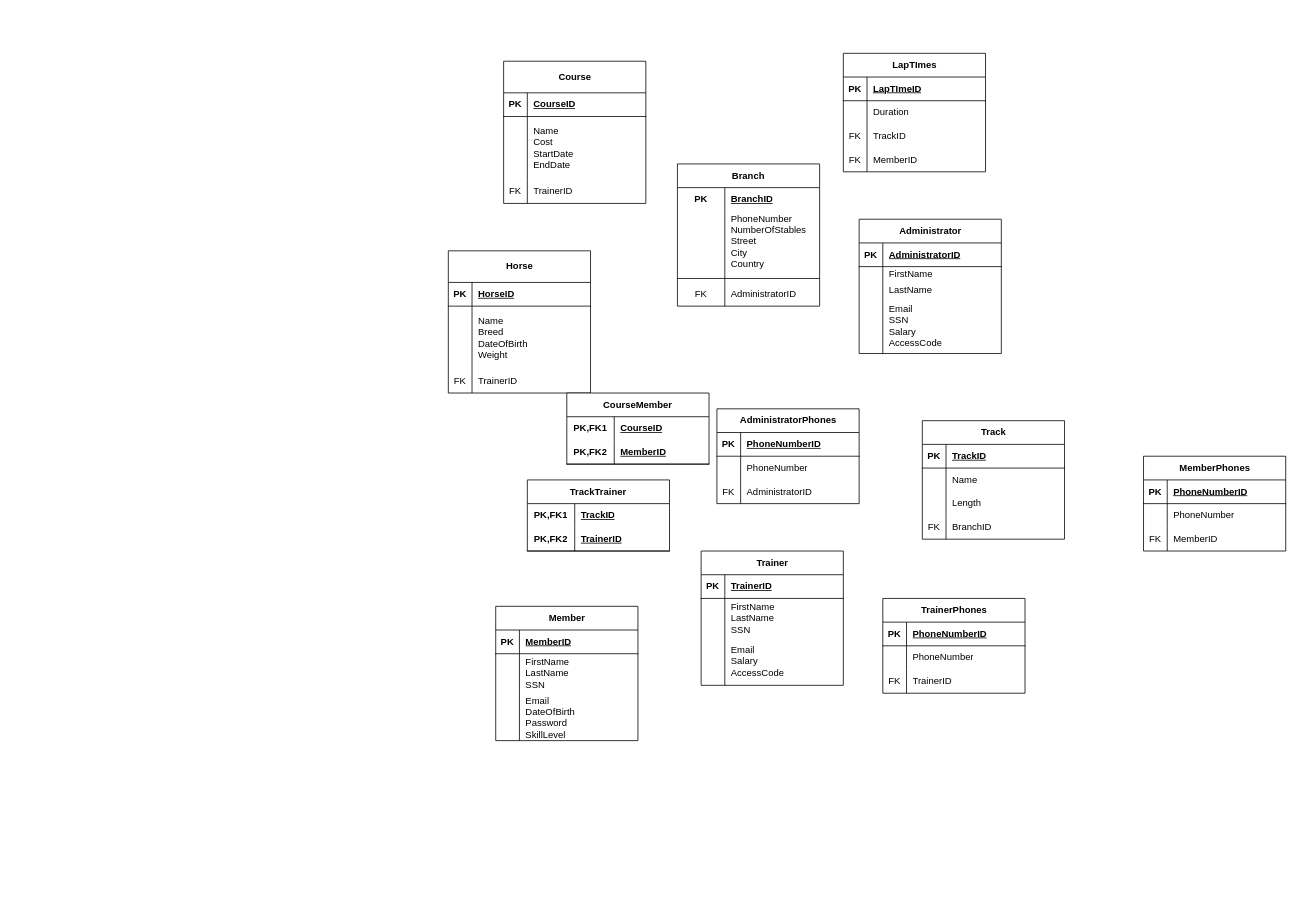
The draw.io diagram page "Page-1" (1 of 2) of Untitled Diagram.drawio in obreinx/JAYA, before the edit. Source tidied: cells renumbered, new cells numbered last; positions are measured from the earlier drawing's top-left corner, leaving out a move shared by most shapes. Both pictures are drawn from the tidied source at 79%, with x=0, y=0 at pixel (448, 53).
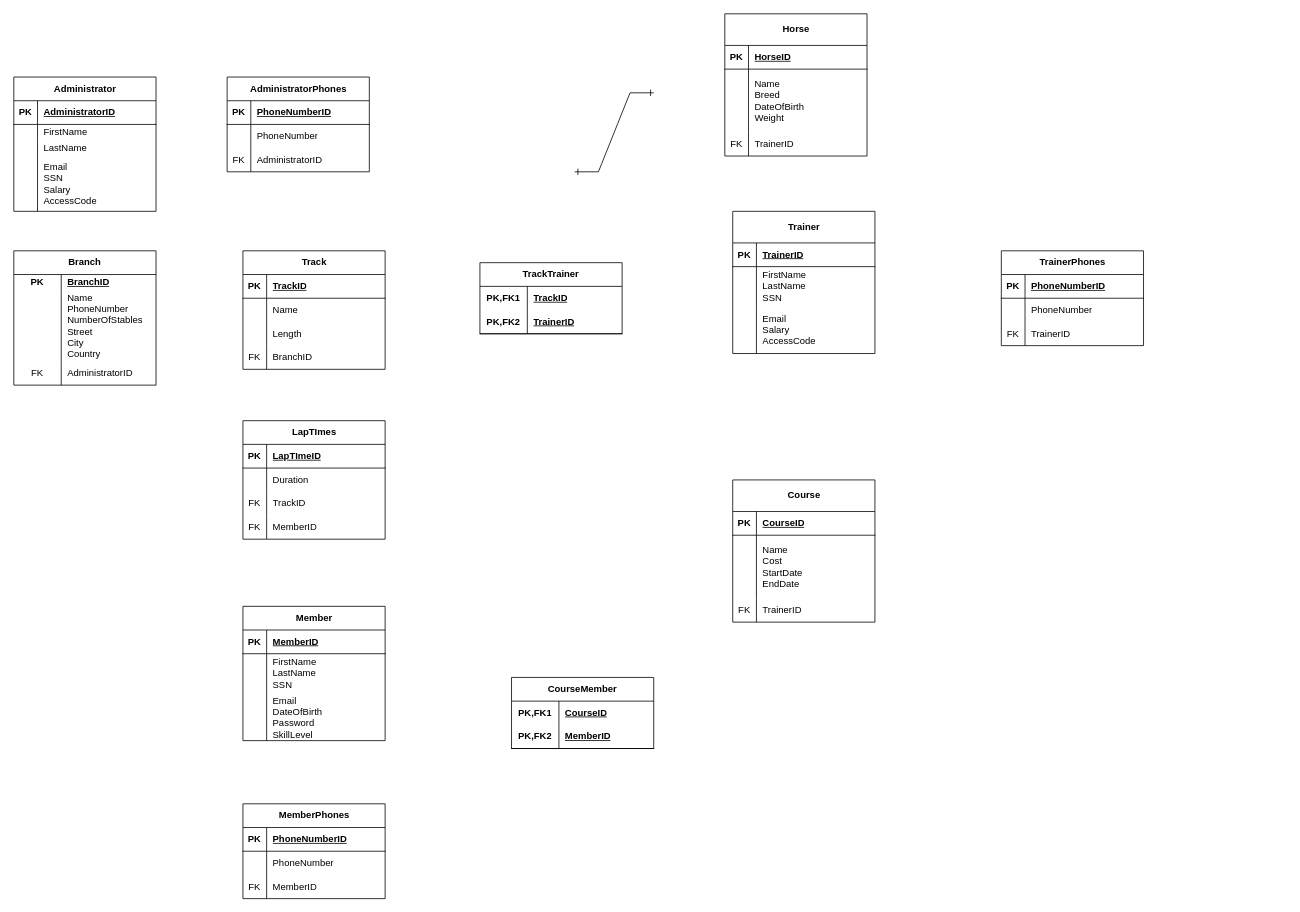
The same diagram, later.

What changed in the source:
```diff
@@
     <mxCell id="2" value="&lt;font face=&quot;Helvetica&quot;&gt;Branch&lt;/font&gt;" style="shape=table;startSize=30;childLayout=tableLayout;rowLines=0;fontStyle=1;align=center;html=1;whiteSpace=wrap;" parent="1" vertex="1">
-      <mxGeometry x="290" y="140" width="180" height="180" as="geometry" />
+      <mxGeometry x="-550" y="250" width="180" height="170" as="geometry" />
     </mxCell>
     <mxCell id="3" style="shape=tableRow;horizontal=0;startSize=0;swimlaneHead=0;swimlaneBody=0;fillColor=none;top=0;left=0;right=0;bottom=0;html=1;" parent="2" vertex="1">
-      <mxGeometry y="30" width="180" height="30" as="geometry" />
+      <mxGeometry y="30" width="180" height="20" as="geometry" />
     </mxCell>
     <mxCell id="4" value="PK" style="shape=partialRectangle;fillColor=none;top=0;left=0;bottom=0;right=0;fontStyle=1;overflow=hidden;html=1;whiteSpace=wrap;" parent="3" vertex="1">
-      <mxGeometry width="60" height="30" as="geometry" />
+      <mxGeometry width="60" height="20" as="geometry" />
     </mxCell>
     <mxCell id="5" value="&lt;code&gt;&lt;font face=&quot;Helvetica&quot;&gt;BranchID&lt;br&gt;&lt;/font&gt;&lt;/code&gt;" style="shape=partialRectangle;fillColor=none;top=0;left=0;bottom=0;right=0;align=left;spacingLeft=6;fontStyle=5;overflow=hidden;html=1;whiteSpace=wrap;" parent="3" vertex="1">
-      <mxGeometry x="60" width="120" height="30" as="geometry" />
+      <mxGeometry x="60" width="120" height="20" as="geometry" />
     </mxCell>
     <mxCell id="6" style="shape=tableRow;horizontal=0;startSize=0;swimlaneHead=0;swimlaneBody=0;fillColor=none;top=0;left=0;right=0;bottom=0;html=1;" parent="2" vertex="1">
-      <mxGeometry y="60" width="180" height="90" as="geometry" />
+      <mxGeometry y="50" width="180" height="90" as="geometry" />
     </mxCell>
@@
-    <mxCell id="8" value="&lt;div&gt;&lt;font face=&quot;Helvetica&quot;&gt;PhoneNumber&lt;/font&gt;&lt;/div&gt;&lt;div&gt;&lt;font face=&quot;6crzi80NNjnnT6Y-nknp&quot;&gt;NumberOfStables&lt;/font&gt;&lt;/div&gt;&lt;div&gt;&lt;font face=&quot;6crzi80NNjnnT6Y-nknp&quot;&gt;Street&lt;/font&gt;&lt;/div&gt;&lt;div&gt;&lt;font face=&quot;6crzi80NNjnnT6Y-nknp&quot;&gt;City&lt;/font&gt;&lt;/div&gt;&lt;div&gt;&lt;font face=&quot;6crzi80NNjnnT6Y-nknp&quot;&gt;Country&lt;/font&gt;&lt;/div&gt;&lt;div&gt;&lt;font face=&quot;6crzi80NNjnnT6Y-nknp&quot;&gt;&lt;br&gt;&lt;/font&gt;&lt;/div&gt;" style="shape=partialRectangle;fillColor=none;top=0;left=0;bottom=0;right=0;align=left;spacingLeft=6;overflow=hidden;html=1;whiteSpace=wrap;" parent="6" vertex="1">
+    <mxCell id="8" value="&lt;div&gt;&lt;font face=&quot;Helvetica&quot;&gt;Name&lt;/font&gt;&lt;/div&gt;&lt;div&gt;&lt;font face=&quot;Helvetica&quot;&gt;PhoneNumber&lt;/font&gt;&lt;/div&gt;&lt;div&gt;&lt;font face=&quot;6crzi80NNjnnT6Y-nknp&quot;&gt;NumberOfStables&lt;/font&gt;&lt;/div&gt;&lt;div&gt;&lt;font face=&quot;6crzi80NNjnnT6Y-nknp&quot;&gt;Street&lt;/font&gt;&lt;/div&gt;&lt;div&gt;&lt;font face=&quot;6crzi80NNjnnT6Y-nknp&quot;&gt;City&lt;/font&gt;&lt;/div&gt;&lt;div&gt;&lt;font face=&quot;6crzi80NNjnnT6Y-nknp&quot;&gt;Country&lt;/font&gt;&lt;/div&gt;&lt;div&gt;&lt;font face=&quot;6crzi80NNjnnT6Y-nknp&quot;&gt;&lt;br&gt;&lt;/font&gt;&lt;/div&gt;" style="shape=partialRectangle;fillColor=none;top=0;left=0;bottom=0;right=0;align=left;spacingLeft=6;overflow=hidden;html=1;whiteSpace=wrap;" parent="6" vertex="1">
       <mxGeometry x="60" width="120" height="90" as="geometry" />
     </mxCell>
     <mxCell id="9" style="shape=tableRow;horizontal=0;startSize=0;swimlaneHead=0;swimlaneBody=0;fillColor=none;top=0;left=0;right=0;bottom=0;html=1;" parent="2" vertex="1">
-      <mxGeometry y="150" width="180" height="30" as="geometry" />
+      <mxGeometry y="140" width="180" height="30" as="geometry" />
     </mxCell>
@@
     <mxCell id="12" value="Administrator" style="shape=table;startSize=30;childLayout=tableLayout;rowLines=0;fontStyle=1;align=center;html=1;" parent="1" vertex="1">
-      <mxGeometry x="520" y="210" width="180" height="170" as="geometry" />
+      <mxGeometry x="-550" y="30" width="180" height="170" as="geometry" />
     </mxCell>
@@
     <mxCell id="25" value="AdministratorPhones" style="shape=table;startSize=30;childLayout=tableLayout;rowLines=0;fontStyle=1;align=center;html=1;" parent="1" vertex="1">
-      <mxGeometry x="340" y="450" width="180" height="120" as="geometry" />
+      <mxGeometry x="-280" y="30" width="180" height="120" as="geometry" />
     </mxCell>
@@
     <mxCell id="35" value="Track" style="shape=table;startSize=30;childLayout=tableLayout;rowLines=0;fontStyle=1;align=center;html=1;" parent="1" vertex="1">
-      <mxGeometry x="600" y="465" width="180" height="150" as="geometry" />
+      <mxGeometry x="-260" y="250" width="180" height="150" as="geometry" />
     </mxCell>
@@
-    <mxCell id="48" value="Trainer" style="shape=table;startSize=30;childLayout=tableLayout;rowLines=0;fontStyle=1;align=center;html=1;" parent="1" vertex="1">
-      <mxGeometry x="320" y="630" width="180" height="170" as="geometry" />
+    <mxCell id="48" value="Trainer" style="shape=table;startSize=40;childLayout=tableLayout;rowLines=0;fontStyle=1;align=center;html=1;" parent="1" vertex="1">
+      <mxGeometry x="360" y="200" width="180" height="180" as="geometry" />
     </mxCell>
     <mxCell id="49" style="shape=tableRow;horizontal=0;startSize=0;swimlaneHead=0;swimlaneBody=0;fillColor=none;top=0;left=0;right=0;bottom=1;" parent="48" vertex="1">
-      <mxGeometry y="30" width="180" height="30" as="geometry" />
+      <mxGeometry y="40" width="180" height="30" as="geometry" />
     </mxCell>
@@
     <mxCell id="52" style="shape=tableRow;horizontal=0;startSize=0;swimlaneHead=0;swimlaneBody=0;fillColor=none;top=0;left=0;right=0;bottom=0;" parent="48" vertex="1">
-      <mxGeometry y="60" width="180" height="50" as="geometry" />
+      <mxGeometry y="70" width="180" height="50" as="geometry" />
     </mxCell>
@@
     <mxCell id="55" style="shape=tableRow;horizontal=0;startSize=0;swimlaneHead=0;swimlaneBody=0;fillColor=none;top=0;left=0;right=0;bottom=0;" parent="48" vertex="1">
-      <mxGeometry y="110" width="180" height="60" as="geometry" />
+      <mxGeometry y="120" width="180" height="60" as="geometry" />
     </mxCell>
@@
     <mxCell id="58" value="TrainerPhones" style="shape=table;startSize=30;childLayout=tableLayout;rowLines=0;fontStyle=1;align=center;html=1;" parent="1" vertex="1">
-      <mxGeometry x="550" y="690" width="180" height="120" as="geometry" />
+      <mxGeometry x="700" y="250" width="180" height="120" as="geometry" />
     </mxCell>
@@
-    <mxCell id="68" style="line;strokeWidth=1;dashed=0;labelPosition=right;align=left;verticalAlign=middle;spacingTop=0;spacingLeft=6;" parent="1" vertex="1">
-      <mxGeometry x="290" y="280" width="180" height="10" as="geometry" />
-    </mxCell>
     <mxCell id="69" value="TrackTrainer" style="shape=table;startSize=30;childLayout=tableLayout;rowLines=0;fontStyle=1;align=center;html=1;whiteSpace=wrap;" parent="1" vertex="1">
-      <mxGeometry x="100" y="540" width="180" height="90" as="geometry" />
+      <mxGeometry x="40" y="265" width="180" height="90" as="geometry" />
     </mxCell>
@@
     <mxCell id="76" value="MemberPhones" style="shape=table;startSize=30;childLayout=tableLayout;rowLines=0;fontStyle=1;align=center;html=1;" parent="1" vertex="1">
-      <mxGeometry x="880" y="510" width="180" height="120" as="geometry" />
+      <mxGeometry x="-260" y="950" width="180" height="120" as="geometry" />
     </mxCell>
@@
     <mxCell id="86" value="Member" style="shape=table;startSize=30;childLayout=tableLayout;rowLines=0;fontStyle=1;align=center;html=1;" parent="1" vertex="1">
-      <mxGeometry x="60" y="700" width="180" height="170" as="geometry" />
+      <mxGeometry x="-260" y="700" width="180" height="170" as="geometry" />
     </mxCell>
@@
     <mxCell id="96" value="Horse" style="shape=table;startSize=40;childLayout=tableLayout;rowLines=0;fontStyle=1;align=center;html=1;" parent="1" vertex="1">
-      <mxGeometry y="250" width="180" height="180" as="geometry" />
+      <mxGeometry x="350" y="-50" width="180" height="180" as="geometry" />
     </mxCell>
@@
     <mxCell id="106" value="Course" style="shape=table;startSize=40;childLayout=tableLayout;rowLines=0;fontStyle=1;align=center;html=1;" parent="1" vertex="1">
-      <mxGeometry x="70" y="10" width="180" height="180" as="geometry" />
+      <mxGeometry x="360" y="540" width="180" height="180" as="geometry" />
     </mxCell>
@@
     <mxCell id="116" value="CourseMember" style="shape=table;startSize=30;childLayout=tableLayout;rowLines=0;fontStyle=1;align=center;html=1;whiteSpace=wrap;" parent="1" vertex="1">
-      <mxGeometry x="150" y="430" width="180" height="90" as="geometry" />
+      <mxGeometry x="80" y="790" width="180" height="90" as="geometry" />
     </mxCell>
@@
     <mxCell id="123" value="LapTImes" style="shape=table;startSize=30;childLayout=tableLayout;rowLines=0;fontStyle=1;align=center;html=1;" parent="1" vertex="1">
-      <mxGeometry x="500" width="180" height="150" as="geometry" />
+      <mxGeometry x="-260" y="465" width="180" height="150" as="geometry" />
     </mxCell>
@@
+    <mxCell id="136" style="edgeStyle=entityRelationEdgeStyle;fontSize=12;html=1;endArrow=ERone;startArrow=ERone;rounded=0;strokeColor=default;align=center;verticalAlign=middle;fontFamily=Helvetica;fontColor=default;labelBackgroundColor=default;startFill=0;endFill=0;" parent="1" edge="1">
+      <mxGeometry relative="1" as="geometry">
+        <mxPoint x="160" y="150" as="sourcePoint" />
+        <mxPoint x="260" y="50" as="targetPoint" />
+      </mxGeometry>
+    </mxCell>
```
